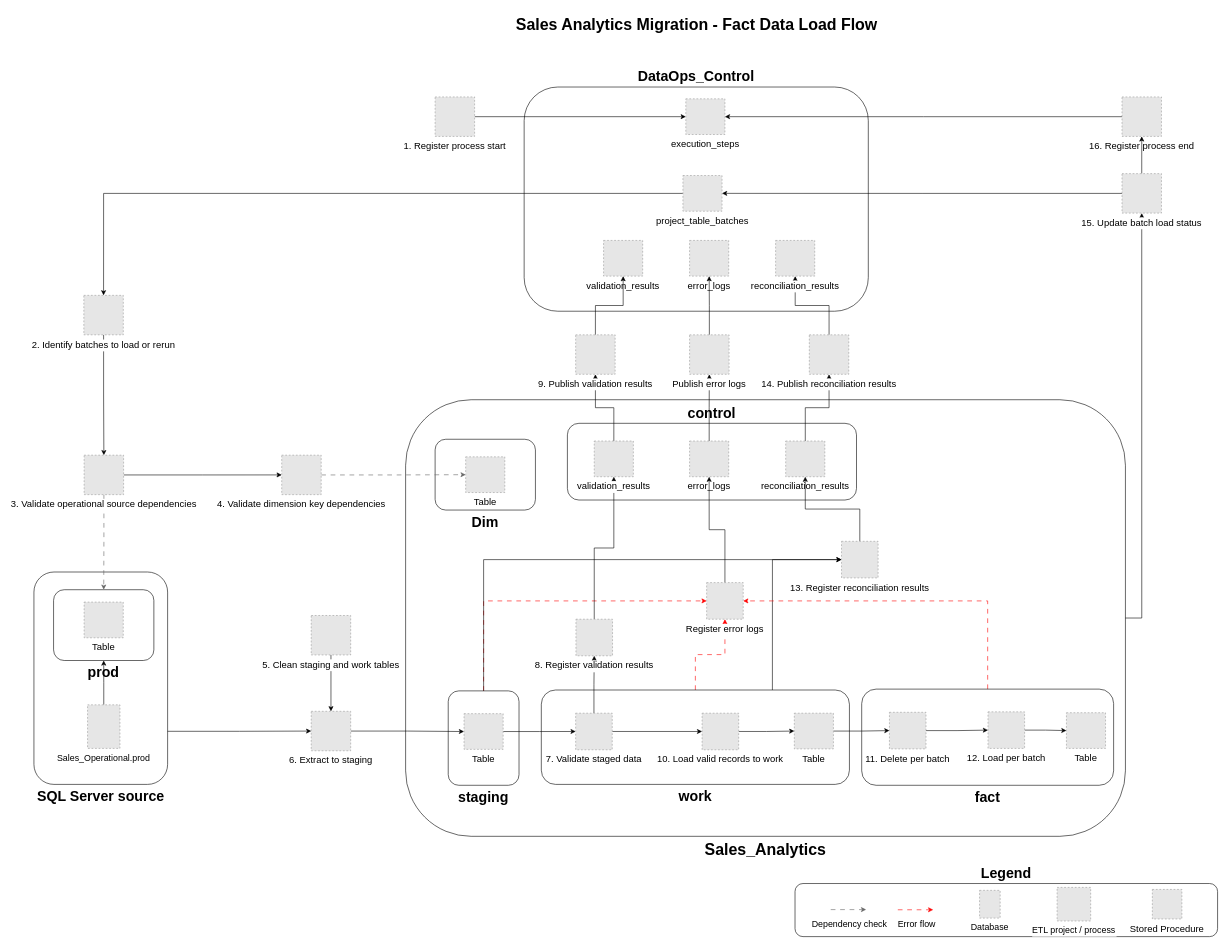
Before: on_premise/oracle_mssql_migration/docs/diagrams/data_processing_Sales_Analytics_fact_data.drawio in WilderJoseth/data-engineering-projects, a draw.io diagram. Source tidied: cells renumbered, new cells numbered last; positions are measured from the earlier drawing's top-left corner, leaving out a move shared by most shapes. Both pictures are drawn from the tidied source at 59%, with x=0, y=0 at pixel (34, 10). Pictures stored in the file or linked from it are replaced by grey dashed boxes.
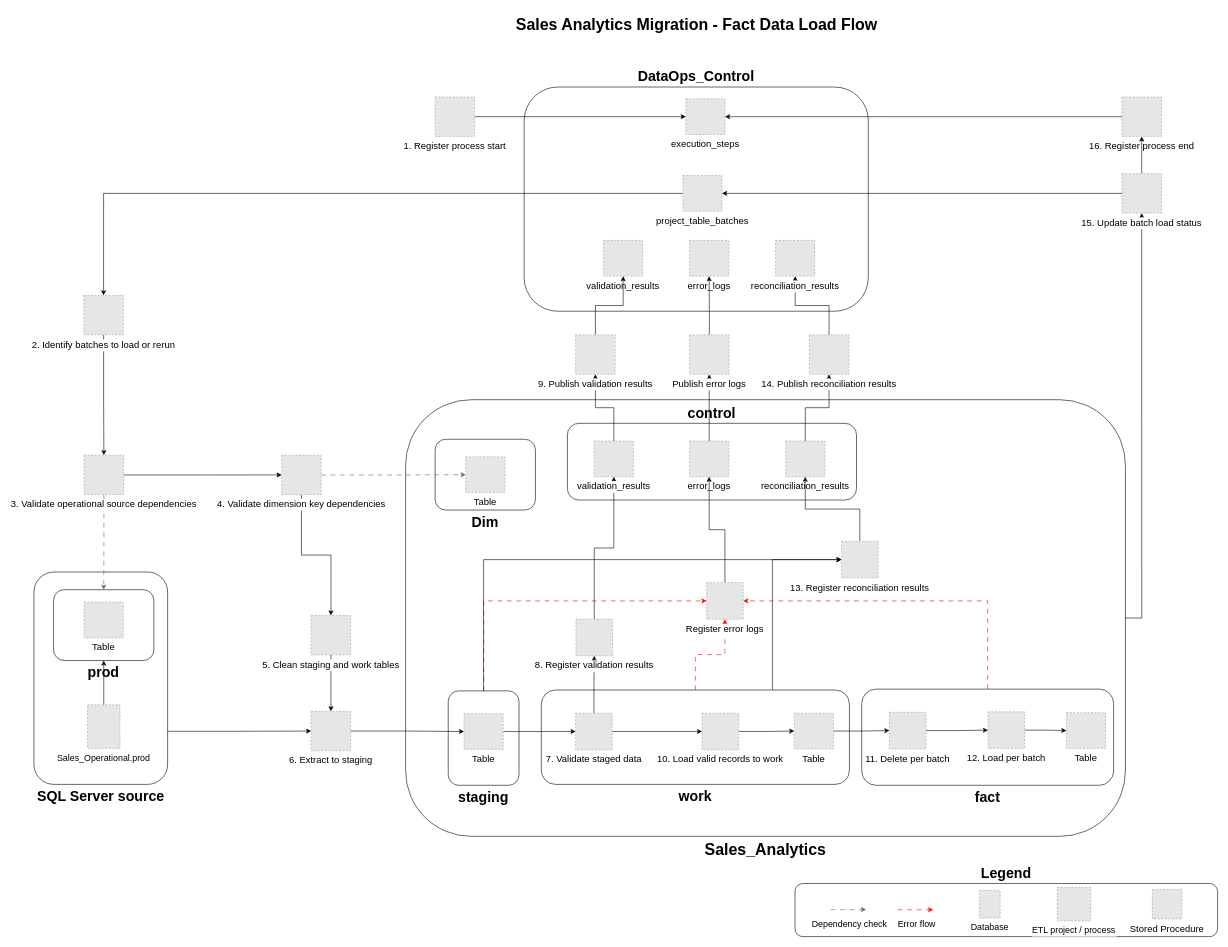
Above is the later version.

Unchanged cells that the change refers to:
```xml
<mxCell id="49" value="5. Clean staging and work tables" style="fillColor=#E6E6E6;strokeColor=#999999;dashed=1;verticalLabelPosition=bottom;labelBackgroundColor=default;verticalAlign=top;fontSize=16;" parent="1" vertex="1">
  <mxGeometry x="470" y="1025.7" width="66.9" height="66.9" as="geometry" />
</mxCell>
<mxCell id="84" value="4. Validate dimension key dependencies" style="fillColor=#E6E6E6;strokeColor=#999999;dashed=1;verticalLabelPosition=bottom;labelBackgroundColor=default;verticalAlign=top;fontSize=16;" parent="1" vertex="1">
  <mxGeometry x="420" y="754" width="66.9" height="66.9" as="geometry" />
</mxCell>
```

What changed in the source:
```diff
@@
+    <mxCell id="87" style="edgeStyle=orthogonalEdgeStyle;rounded=0;jettySize=auto;html=1;entryX=0.5;entryY=0;entryDx=0;entryDy=0;" parent="1" edge="1" source="84" target="49">
+      <mxGeometry relative="1" as="geometry" />
+    </mxCell>
```
